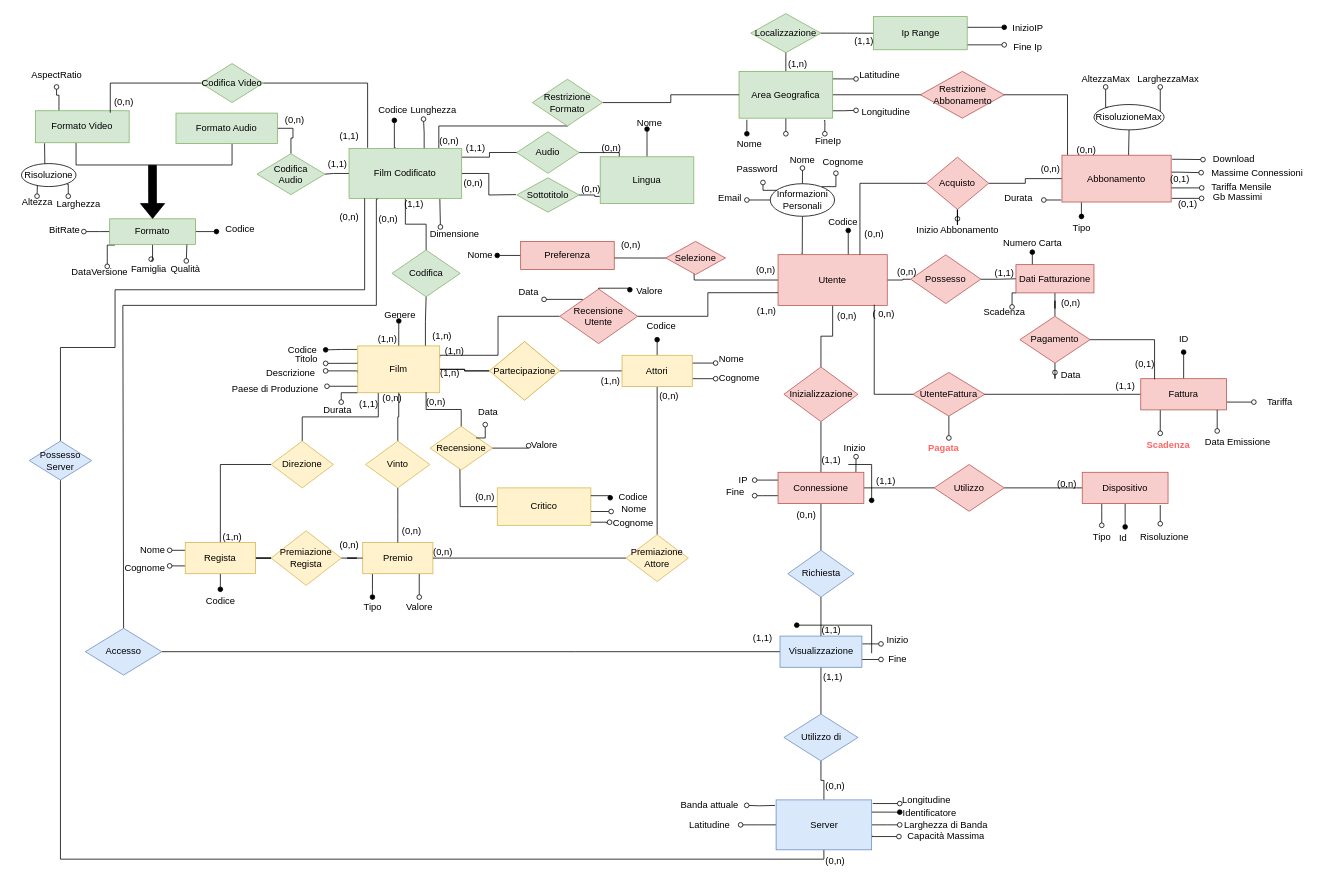
This is Er non Ristrutturato(2).drawio from LGranucci/FilmSphere, a draw.io file, before an edit. Source tidied: cells renumbered, new cells numbered last; positions are measured from the earlier drawing's top-left corner, leaving out a move shared by most shapes. Both pictures are drawn from the tidied source at 78%, with x=0, y=0 at pixel (13, 13).
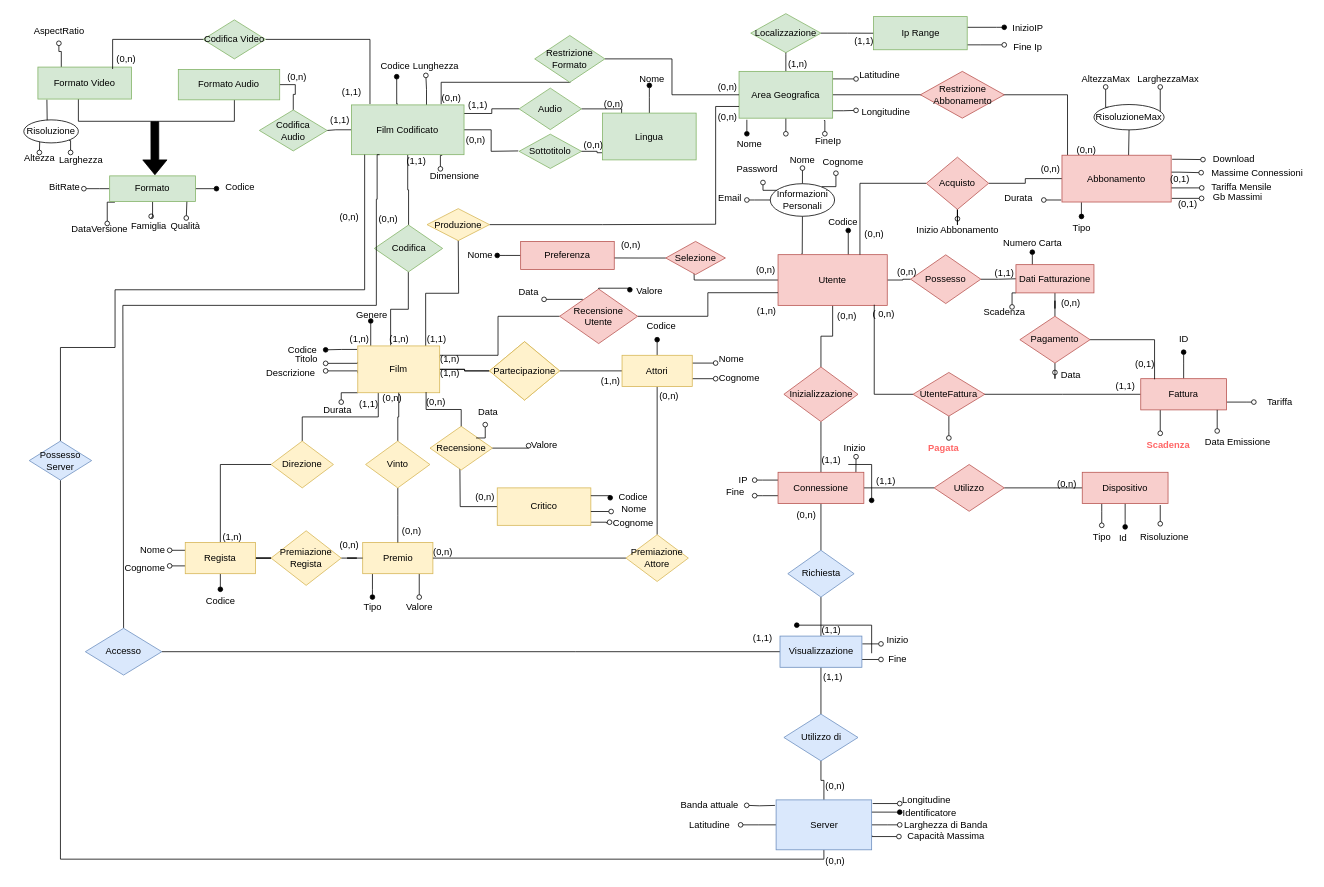
The same page after the edit.

The change refers to these unchanged cells:
```xml
<mxCell id="13" value="&lt;font style=&quot;font-size: 12px;&quot;&gt;Film&lt;/font&gt;" style="rounded=0;whiteSpace=wrap;html=1;fillColor=#fff2cc;strokeColor=#d6b656;" parent="1" vertex="1">
  <mxGeometry x="441.2" y="426" width="105" height="60" as="geometry" />
</mxCell>
<mxCell id="285" value="Area Geografica" style="whiteSpace=wrap;html=1;fillColor=#d5e8d4;strokeColor=#82b366;" parent="1" vertex="1">
  <mxGeometry x="930" y="74" width="120" height="60" as="geometry" />
</mxCell>
```

Change to the diagram source:
```diff
@@
-    <mxCell id="4" style="edgeStyle=orthogonalEdgeStyle;rounded=0;jettySize=auto;html=1;endArrow=none;endFill=0;exitX=0.826;exitY=0.017;exitDx=0;exitDy=0;exitPerimeter=0;" parent="1" edge="1" source="13" target="40">
-      <mxGeometry relative="1" as="geometry" />
+    <mxCell id="4" style="edgeStyle=orthogonalEdgeStyle;rounded=0;jettySize=auto;html=1;endArrow=none;endFill=0;exitX=0.401;exitY=-0.01;exitDx=0;exitDy=0;exitPerimeter=0;" parent="1" edge="1" source="13" target="40">
+      <mxGeometry relative="1" as="geometry">
+        <Array as="points">
+          <mxPoint x="483" y="379" />
+          <mxPoint x="506" y="379" />
+        </Array>
+      </mxGeometry>
     </mxCell>
@@
-    <mxCell id="10" style="edgeStyle=orthogonalEdgeStyle;rounded=0;jettySize=auto;html=1;endArrow=oval;endFill=0;entryX=1.013;entryY=0.406;entryDx=0;entryDy=0;entryPerimeter=0;" parent="1" edge="1" source="13" target="162">
-      <mxGeometry relative="1" as="geometry">
-        <Array as="points">
-          <mxPoint x="430" y="478" />
-        </Array>
-      </mxGeometry>
-    </mxCell>
@@
-    <mxCell id="12" style="edgeStyle=orthogonalEdgeStyle;rounded=0;jettySize=auto;html=1;endArrow=oval;endFill=1;" parent="1" edge="1" source="13">
+    <mxCell id="12" style="edgeStyle=orthogonalEdgeStyle;rounded=0;orthogonalLoop=1;jettySize=auto;html=1;endArrow=oval;endFill=1;" parent="1" edge="1">
       <mxGeometry relative="1" as="geometry">
-        <mxPoint x="493.8" y="394" as="targetPoint" />
+        <mxPoint x="457.8" y="426" as="sourcePoint" />
+        <mxPoint x="457.8" y="394" as="targetPoint" />
       </mxGeometry>
     </mxCell>
+    <mxCell id="319" style="edgeStyle=orthogonalEdgeStyle;rounded=0;jettySize=auto;html=1;exitX=0.829;exitY=0.002;exitDx=0;exitDy=0;exitPerimeter=0;endArrow=none;endFill=0;" parent="1" edge="1" source="13">
+      <mxGeometry relative="1" as="geometry">
+        <mxPoint x="570" y="290" as="targetPoint" />
+      </mxGeometry>
+    </mxCell>
@@
     <mxCell id="40" value="Codifica" style="rhombus;whiteSpace=wrap;html=1;fillColor=#d5e8d4;strokeColor=#82b366;" parent="1" vertex="1">
-      <mxGeometry x="485" y="303" width="87.5" height="60" as="geometry" />
+      <mxGeometry x="462.5" y="271" width="87.5" height="60" as="geometry" />
     </mxCell>
@@
     <mxCell id="44" style="edgeStyle=orthogonalEdgeStyle;rounded=0;jettySize=auto;html=1;endArrow=none;endFill=0;" parent="1" edge="1" source="49" target="224">
       <mxGeometry relative="1" as="geometry">
         <Array as="points">
-          <mxPoint x="610" y="184" />
-          <mxPoint x="610" y="178" />
+          <mxPoint x="613" y="128" />
+          <mxPoint x="613" y="122" />
         </Array>
       </mxGeometry>
     </mxCell>
     <mxCell id="45" style="edgeStyle=orthogonalEdgeStyle;rounded=0;jettySize=auto;html=1;endArrow=none;endFill=0;" parent="1" edge="1" source="49">
       <mxGeometry relative="1" as="geometry">
-        <mxPoint x="644" y="232" as="targetPoint" />
+        <mxPoint x="647" y="176" as="targetPoint" />
       </mxGeometry>
     </mxCell>
     <mxCell id="46" style="edgeStyle=orthogonalEdgeStyle;rounded=0;jettySize=auto;html=1;exitX=0.797;exitY=-0.011;exitDx=0;exitDy=0;exitPerimeter=0;endArrow=oval;endFill=0;" parent="1" edge="1" source="49">
       <mxGeometry relative="1" as="geometry">
-        <mxPoint x="710" y="114" as="targetPoint" />
+        <mxPoint x="713" y="58" as="targetPoint" />
       </mxGeometry>
     </mxCell>
@@
     <mxCell id="48" style="edgeStyle=orthogonalEdgeStyle;rounded=0;jettySize=auto;html=1;exitX=0.165;exitY=-0.016;exitDx=0;exitDy=0;exitPerimeter=0;entryX=1;entryY=0.5;entryDx=0;entryDy=0;endArrow=none;endFill=0;" parent="1" edge="1" source="49" target="277">
       <mxGeometry relative="1" as="geometry">
         <Array as="points">
-          <mxPoint x="454" y="89" />
+          <mxPoint x="457" y="33" />
         </Array>
       </mxGeometry>
     </mxCell>
     <mxCell id="49" value="Film Codificato" style="rounded=0;whiteSpace=wrap;html=1;fillColor=#d5e8d4;strokeColor=#82b366;" parent="1" vertex="1">
-      <mxGeometry x="430" y="173" width="144.4" height="63.8" as="geometry" />
+      <mxGeometry x="433" y="117" width="144.4" height="63.8" as="geometry" />
     </mxCell>
     <mxCell id="50" style="edgeStyle=orthogonalEdgeStyle;rounded=0;jettySize=auto;html=1;entryX=0.621;entryY=-0.052;entryDx=0;entryDy=0;entryPerimeter=0;endArrow=oval;endFill=0;" parent="1" edge="1" source="54">
       <mxGeometry relative="1" as="geometry">
-        <mxPoint x="176.3" y="314.8" as="targetPoint" />
+        <mxPoint x="176.3" y="259.8" as="targetPoint" />
       </mxGeometry>
     </mxCell>
     <mxCell id="51" style="edgeStyle=orthogonalEdgeStyle;rounded=0;jettySize=auto;html=1;endArrow=oval;endFill=0;" parent="1" edge="1" source="54">
       <mxGeometry relative="1" as="geometry">
-        <mxPoint x="90" y="279.4" as="targetPoint" />
+        <mxPoint x="90" y="224.4" as="targetPoint" />
         <Array as="points">
-          <mxPoint x="110" y="279" />
-          <mxPoint x="110" y="279" />
+          <mxPoint x="110" y="224" />
+          <mxPoint x="110" y="224" />
         </Array>
       </mxGeometry>
     </mxCell>
     <mxCell id="52" style="edgeStyle=orthogonalEdgeStyle;rounded=0;jettySize=auto;html=1;endArrow=oval;endFill=1;" parent="1" edge="1" source="54">
       <mxGeometry relative="1" as="geometry">
-        <mxPoint x="260" y="279.4" as="targetPoint" />
+        <mxPoint x="260" y="224.4" as="targetPoint" />
       </mxGeometry>
     </mxCell>
     <mxCell id="53" style="edgeStyle=orthogonalEdgeStyle;rounded=0;jettySize=auto;html=1;exitX=0.061;exitY=1.028;exitDx=0;exitDy=0;exitPerimeter=0;endArrow=oval;endFill=0;" parent="1" edge="1" source="54">
       <mxGeometry relative="1" as="geometry">
-        <mxPoint x="120" y="324" as="targetPoint" />
+        <mxPoint x="120" y="269" as="targetPoint" />
       </mxGeometry>
     </mxCell>
     <mxCell id="54" value="Formato" style="rounded=0;whiteSpace=wrap;html=1;fillColor=#d5e8d4;strokeColor=#82b366;" parent="1" vertex="1">
-      <mxGeometry x="123.1" y="263" width="110" height="32.8" as="geometry" />
+      <mxGeometry x="123.1" y="208" width="110" height="32.8" as="geometry" />
     </mxCell>
@@
     <mxCell id="127" value="(1,n)" style="text;html=1;align=center;verticalAlign=middle;strokeColor=none;fillColor=none;" parent="1" vertex="1">
-      <mxGeometry x="524.4" y="398" width="50" height="30" as="geometry" />
+      <mxGeometry x="468.8" y="403" width="50" height="30" as="geometry" />
     </mxCell>
     <mxCell id="128" value="(1,1)" style="text;html=1;align=center;verticalAlign=middle;strokeColor=none;fillColor=none;" parent="1" vertex="1">
-      <mxGeometry x="487.5" y="230" width="50" height="30" as="geometry" />
+      <mxGeometry x="490.5" y="174" width="50" height="30" as="geometry" />
     </mxCell>
@@
     <mxCell id="138" value="(1,n)" style="text;html=1;align=center;verticalAlign=middle;strokeColor=none;fillColor=none;" parent="1" vertex="1">
-      <mxGeometry x="540" y="418" width="50" height="30" as="geometry" />
+      <mxGeometry x="533.8" y="428" width="50" height="30" as="geometry" />
     </mxCell>
@@
-    <mxCell id="162" value="Paese di Produzione" style="text;html=1;align=center;verticalAlign=middle;points=[];strokeColor=none;fillColor=none;" parent="1" vertex="1">
-      <mxGeometry x="270" y="465.5" width="130" height="30" as="geometry" />
-    </mxCell>
@@
     <mxCell id="217" value="&lt;div&gt;Codifica&lt;br&gt;Audio&lt;br&gt;&lt;/div&gt;" style="rhombus;whiteSpace=wrap;html=1;fillColor=#d5e8d4;strokeColor=#82b366;" parent="1" vertex="1">
-      <mxGeometry x="312" y="179.5" width="87" height="52.5" as="geometry" />
+      <mxGeometry x="315" y="123.5" width="87" height="52.5" as="geometry" />
     </mxCell>
     <mxCell id="218" value="(1,1)" style="text;html=1;align=center;verticalAlign=middle;strokeColor=none;fillColor=none;" parent="1" vertex="1">
-      <mxGeometry x="391" y="180.8" width="48" height="24" as="geometry" />
+      <mxGeometry x="394" y="124.8" width="48" height="24" as="geometry" />
     </mxCell>
     <mxCell id="219" value="Qualità" style="text;html=1;align=center;verticalAlign=middle;points=[];strokeColor=none;fillColor=none;" parent="1" vertex="1">
-      <mxGeometry x="190" y="316" width="60" height="24" as="geometry" />
+      <mxGeometry x="190" y="261" width="60" height="24" as="geometry" />
     </mxCell>
     <mxCell id="220" value="Codice" style="text;html=1;align=center;verticalAlign=middle;points=[];strokeColor=none;fillColor=none;" parent="1" vertex="1">
-      <mxGeometry x="455.8" y="111.5" width="60" height="24" as="geometry" />
+      <mxGeometry x="458.8" y="55.5" width="60" height="24" as="geometry" />
     </mxCell>
     <mxCell id="221" value="Lunghezza" style="text;html=1;align=center;verticalAlign=middle;points=[];strokeColor=none;fillColor=none;" parent="1" vertex="1">
-      <mxGeometry x="495.5" y="111.5" width="84" height="24" as="geometry" />
+      <mxGeometry x="498.5" y="55.5" width="84" height="24" as="geometry" />
     </mxCell>
     <mxCell id="222" value="Dimensione" style="text;html=1;align=center;verticalAlign=middle;points=[];strokeColor=none;fillColor=none;" parent="1" vertex="1">
-      <mxGeometry x="517" y="271" width="96" height="24" as="geometry" />
+      <mxGeometry x="517" y="196.5" width="96" height="24" as="geometry" />
     </mxCell>
     <mxCell id="223" style="edgeStyle=orthogonalEdgeStyle;rounded=0;jettySize=auto;html=1;endArrow=none;endFill=0;" parent="1" edge="1" source="224">
       <mxGeometry relative="1" as="geometry">
-        <mxPoint x="776" y="208" as="targetPoint" />
+        <mxPoint x="779" y="152" as="targetPoint" />
       </mxGeometry>
     </mxCell>
     <mxCell id="224" value="Audio" style="rhombus;whiteSpace=wrap;html=1;fillColor=#d5e8d4;strokeColor=#82b366;" parent="1" vertex="1">
-      <mxGeometry x="645" y="151.5" width="80" height="53.2" as="geometry" />
+      <mxGeometry x="648" y="95.5" width="80" height="53.2" as="geometry" />
     </mxCell>
     <mxCell id="225" value="Sottotitolo" style="rhombus;whiteSpace=wrap;html=1;fillColor=#d5e8d4;strokeColor=#82b366;" parent="1" vertex="1">
-      <mxGeometry x="645" y="210.5" width="80" height="44" as="geometry" />
+      <mxGeometry x="648" y="154.5" width="80" height="44" as="geometry" />
     </mxCell>
     <mxCell id="226" style="edgeStyle=orthogonalEdgeStyle;rounded=0;jettySize=auto;html=1;endArrow=oval;endFill=1;" parent="1" edge="1" source="227">
       <mxGeometry relative="1" as="geometry">
-        <mxPoint x="812" y="148" as="targetPoint" />
+        <mxPoint x="815" y="92" as="targetPoint" />
       </mxGeometry>
     </mxCell>
     <mxCell id="227" value="Lingua" style="whiteSpace=wrap;html=1;fillColor=#d5e8d4;strokeColor=#82b366;" parent="1" vertex="1">
-      <mxGeometry x="752" y="183.5" width="120" height="60" as="geometry" />
+      <mxGeometry x="755" y="127.5" width="120" height="60" as="geometry" />
     </mxCell>
@@
     <mxCell id="229" value="(0,n)" style="text;html=1;align=center;verticalAlign=middle;strokeColor=none;fillColor=none;" parent="1" vertex="1">
-      <mxGeometry x="742" y="159.5" width="48" height="24" as="geometry" />
+      <mxGeometry x="745" y="103.5" width="48" height="24" as="geometry" />
     </mxCell>
     <mxCell id="230" value="(0,n)" style="text;html=1;align=center;verticalAlign=middle;strokeColor=none;fillColor=none;" parent="1" vertex="1">
-      <mxGeometry x="716" y="212.5" width="48" height="24" as="geometry" />
+      <mxGeometry x="719" y="156.5" width="48" height="24" as="geometry" />
     </mxCell>
     <mxCell id="231" value="(0,n)" style="text;html=1;align=center;verticalAlign=middle;strokeColor=none;fillColor=none;" parent="1" vertex="1">
-      <mxGeometry x="565" y="206" width="48" height="24" as="geometry" />
+      <mxGeometry x="568" y="150" width="48" height="24" as="geometry" />
     </mxCell>
     <mxCell id="232" value="(1,1)" style="text;html=1;align=center;verticalAlign=middle;strokeColor=none;fillColor=none;" parent="1" vertex="1">
-      <mxGeometry x="568" y="161" width="48" height="24" as="geometry" />
+      <mxGeometry x="571" y="105" width="48" height="24" as="geometry" />
     </mxCell>
@@
     <mxCell id="249" value="Nome" style="text;html=1;align=center;verticalAlign=middle;strokeColor=none;fillColor=none;" parent="1" vertex="1">
-      <mxGeometry x="785" y="127.5" width="60" height="24" as="geometry" />
+      <mxGeometry x="788" y="71.5" width="60" height="24" as="geometry" />
     </mxCell>
@@
     <mxCell id="252" value="(1,n)" style="text;html=1;align=center;verticalAlign=middle;strokeColor=none;fillColor=none;" parent="1" vertex="1">
-      <mxGeometry x="454" y="403" width="50" height="30" as="geometry" />
+      <mxGeometry x="418" y="403" width="50" height="30" as="geometry" />
     </mxCell>
     <mxCell id="253" value="(0,n)" style="text;html=1;align=center;verticalAlign=middle;strokeColor=none;fillColor=none;" parent="1" vertex="1">
-      <mxGeometry x="533.8" y="152" width="48" height="24" as="geometry" />
+      <mxGeometry x="536.8" y="96" width="48" height="24" as="geometry" />
     </mxCell>
@@
     <mxCell id="263" value="Genere" style="text;html=1;align=center;verticalAlign=middle;strokeColor=none;fillColor=none;" parent="1" vertex="1">
-      <mxGeometry x="465" y="371.8" width="60" height="30" as="geometry" />
+      <mxGeometry x="429" y="371.8" width="60" height="30" as="geometry" />
     </mxCell>
     <mxCell id="264" style="edgeStyle=orthogonalEdgeStyle;rounded=0;jettySize=auto;html=1;endArrow=none;endFill=0;" parent="1" edge="1" source="267">
       <mxGeometry relative="1" as="geometry">
-        <mxPoint x="180" y="194" as="targetPoint" />
+        <mxPoint x="183" y="138" as="targetPoint" />
         <Array as="points">
-          <mxPoint x="80" y="194" />
+          <mxPoint x="83" y="138" />
         </Array>
       </mxGeometry>
     </mxCell>
@@
     <mxCell id="266" style="edgeStyle=orthogonalEdgeStyle;rounded=0;jettySize=auto;html=1;endArrow=none;endFill=0;exitX=0.096;exitY=1.016;exitDx=0;exitDy=0;exitPerimeter=0;" parent="1" edge="1" source="267">
       <mxGeometry relative="1" as="geometry">
-        <mxPoint x="40" y="194" as="targetPoint" />
+        <mxPoint x="43" y="138" as="targetPoint" />
       </mxGeometry>
     </mxCell>
     <mxCell id="267" value="Formato Video" style="whiteSpace=wrap;html=1;fillColor=#d5e8d4;strokeColor=#82b366;" parent="1" vertex="1">
-      <mxGeometry x="28.1" y="124.5" width="120" height="41" as="geometry" />
+      <mxGeometry x="31.1" y="68.5" width="120" height="41" as="geometry" />
     </mxCell>
     <mxCell id="268" style="edgeStyle=orthogonalEdgeStyle;rounded=0;jettySize=auto;html=1;endArrow=none;endFill=0;" parent="1" edge="1" source="269">
       <mxGeometry relative="1" as="geometry">
-        <mxPoint x="180" y="194" as="targetPoint" />
+        <mxPoint x="183" y="138" as="targetPoint" />
         <Array as="points">
-          <mxPoint x="280" y="194" />
+          <mxPoint x="283" y="138" />
         </Array>
       </mxGeometry>
     </mxCell>
     <mxCell id="269" value="Formato Audio" style="whiteSpace=wrap;html=1;fillColor=#d5e8d4;strokeColor=#82b366;" parent="1" vertex="1">
-      <mxGeometry x="208.1" y="127.5" width="130" height="39" as="geometry" />
+      <mxGeometry x="211.1" y="71.5" width="130" height="39" as="geometry" />
     </mxCell>
-    <mxCell id="270" style="shape=flexArrow;endArrow=classic;html=1;rounded=0;entryX=0.5;entryY=0;entryDx=0;entryDy=0;strokeColor=default;fillColor=#000000;" parent="1" edge="1" target="54">
+    <mxCell id="270" style="shape=flexArrow;endArrow=classic;html=1;rounded=0;entryX=0.5;entryY=0;entryDx=0;entryDy=0;strokeColor=default;fillColor=#000000;" parent="1" edge="1">
       <mxGeometry relative="1" as="geometry">
-        <mxPoint x="178" y="194" as="sourcePoint" />
+        <mxPoint x="181" y="138" as="sourcePoint" />
+        <mxPoint x="181.1" y="207" as="targetPoint" />
       </mxGeometry>
     </mxCell>
     <mxCell id="271" value="AspectRatio" style="text;html=1;align=center;verticalAlign=middle;points=[];strokeColor=none;fillColor=none;" parent="1" vertex="1">
-      <mxGeometry x="10" y="64" width="90" height="30" as="geometry" />
+      <mxGeometry x="13" y="8" width="90" height="30" as="geometry" />
     </mxCell>
@@
     <mxCell id="273" value="Famiglia" style="text;html=1;align=center;verticalAlign=middle;strokeColor=none;fillColor=none;" parent="1" vertex="1">
-      <mxGeometry x="138.1" y="313" width="70" height="30" as="geometry" />
+      <mxGeometry x="138.1" y="258" width="70" height="30" as="geometry" />
     </mxCell>
     <mxCell id="274" value="BitRate" style="text;html=1;align=center;verticalAlign=middle;strokeColor=none;fillColor=none;" parent="1" vertex="1">
-      <mxGeometry x="35" y="263" width="60" height="30" as="geometry" />
+      <mxGeometry x="35" y="208" width="60" height="30" as="geometry" />
     </mxCell>
     <mxCell id="275" value="Codice" style="text;html=1;align=center;verticalAlign=middle;strokeColor=none;fillColor=none;" parent="1" vertex="1">
-      <mxGeometry x="260" y="262" width="60" height="30" as="geometry" />
+      <mxGeometry x="260" y="207" width="60" height="30" as="geometry" />
     </mxCell>
     <mxCell id="276" value="(0,n)" style="text;html=1;align=center;verticalAlign=middle;strokeColor=none;fillColor=none;" parent="1" vertex="1">
-      <mxGeometry x="335" y="122" width="50" height="30" as="geometry" />
+      <mxGeometry x="338" y="66" width="50" height="30" as="geometry" />
     </mxCell>
     <mxCell id="277" value="Codifica Video" style="rhombus;whiteSpace=wrap;html=1;fillColor=#d5e8d4;strokeColor=#82b366;" parent="1" vertex="1">
-      <mxGeometry x="240" y="64" width="80" height="50" as="geometry" />
+      <mxGeometry x="243" y="8" width="80" height="50" as="geometry" />
     </mxCell>
@@
     <mxCell id="288" value="Restrizione Formato" style="rhombus;whiteSpace=wrap;html=1;fillColor=#d5e8d4;strokeColor=#82b366;" parent="1" vertex="1">
-      <mxGeometry x="665" y="84" width="90" height="60" as="geometry" />
+      <mxGeometry x="668" y="28" width="90" height="60" as="geometry" />
     </mxCell>
@@
     <mxCell id="294" value="(1,1)" style="text;html=1;align=center;verticalAlign=middle;strokeColor=none;fillColor=none;" parent="1" vertex="1">
-      <mxGeometry x="405" y="142" width="50" height="30" as="geometry" />
+      <mxGeometry x="408" y="86" width="50" height="30" as="geometry" />
     </mxCell>
     <mxCell id="295" value="(0,n)" style="text;html=1;align=center;verticalAlign=middle;strokeColor=none;fillColor=none;" parent="1" vertex="1">
-      <mxGeometry x="115.9" y="99" width="50" height="30" as="geometry" />
+      <mxGeometry x="118.9" y="43" width="50" height="30" as="geometry" />
     </mxCell>
@@
     <mxCell id="298" value="DataVersione" style="text;html=1;align=center;verticalAlign=middle;strokeColor=none;fillColor=none;" parent="1" vertex="1">
-      <mxGeometry x="60" y="316" width="100" height="30" as="geometry" />
+      <mxGeometry x="60" y="261" width="100" height="30" as="geometry" />
     </mxCell>
@@
     <mxCell id="301" style="edgeStyle=orthogonalEdgeStyle;rounded=0;jettySize=auto;html=1;exitX=0.292;exitY=0.916;exitDx=0;exitDy=0;exitPerimeter=0;endArrow=oval;endFill=0;" parent="1" edge="1" source="303">
       <mxGeometry relative="1" as="geometry">
-        <mxPoint x="30" y="234" as="targetPoint" />
+        <mxPoint x="33" y="178" as="targetPoint" />
       </mxGeometry>
     </mxCell>
     <mxCell id="302" style="edgeStyle=orthogonalEdgeStyle;rounded=0;jettySize=auto;html=1;exitX=0.83;exitY=0.897;exitDx=0;exitDy=0;exitPerimeter=0;endArrow=oval;endFill=0;" parent="1" edge="1" source="303">
       <mxGeometry relative="1" as="geometry">
-        <mxPoint x="70" y="234" as="targetPoint" />
+        <mxPoint x="73" y="178" as="targetPoint" />
       </mxGeometry>
     </mxCell>
     <mxCell id="303" value="Risoluzione" style="ellipse;whiteSpace=wrap;html=1;" parent="1" vertex="1">
-      <mxGeometry x="10" y="192.2" width="70" height="29.5" as="geometry" />
+      <mxGeometry x="13" y="136.2" width="70" height="29.5" as="geometry" />
     </mxCell>
     <mxCell id="304" value="Altezza" style="text;html=1;align=center;verticalAlign=middle;strokeColor=none;fillColor=none;" parent="1" vertex="1">
-      <mxGeometry y="226.5" width="60" height="30" as="geometry" />
+      <mxGeometry x="3" y="170.5" width="60" height="30" as="geometry" />
     </mxCell>
     <mxCell id="305" value="Larghezza" style="text;html=1;align=center;verticalAlign=middle;strokeColor=none;fillColor=none;" parent="1" vertex="1">
-      <mxGeometry x="43.1" y="229" width="80" height="30" as="geometry" />
+      <mxGeometry x="46.1" y="173" width="80" height="30" as="geometry" />
     </mxCell>
@@
+    <mxCell id="320" value="(1,1)" style="text;html=1;align=center;verticalAlign=middle;strokeColor=none;fillColor=none;" parent="1" vertex="1">
+      <mxGeometry x="517" y="402" width="50" height="30" as="geometry" />
+    </mxCell>
+    <mxCell id="321" style="edgeStyle=orthogonalEdgeStyle;rounded=0;jettySize=auto;html=1;entryX=0;entryY=0.75;entryDx=0;entryDy=0;endArrow=none;endFill=0;" parent="1" edge="1" source="322" target="285">
+      <mxGeometry relative="1" as="geometry">
+        <Array as="points">
+          <mxPoint x="755" y="271" />
+          <mxPoint x="900" y="270" />
+          <mxPoint x="900" y="119" />
+        </Array>
+      </mxGeometry>
+    </mxCell>
+    <mxCell id="322" value="Produzione" style="rhombus;whiteSpace=wrap;html=1;fillColor=#fff2cc;strokeColor=#d6b656;" parent="1" vertex="1">
+      <mxGeometry x="530" y="250" width="80" height="41" as="geometry" />
+    </mxCell>
+    <mxCell id="323" value="(0,n)" style="text;html=1;align=center;verticalAlign=middle;strokeColor=none;fillColor=none;" parent="1" vertex="1">
+      <mxGeometry x="889.8" y="79.5" width="50" height="30" as="geometry" />
+    </mxCell>
+    <mxCell id="324" value="(0,n)" style="text;html=1;align=center;verticalAlign=middle;strokeColor=none;fillColor=none;" parent="1" vertex="1">
+      <mxGeometry x="889.8" y="117.8" width="50" height="30" as="geometry" />
+    </mxCell>
```
